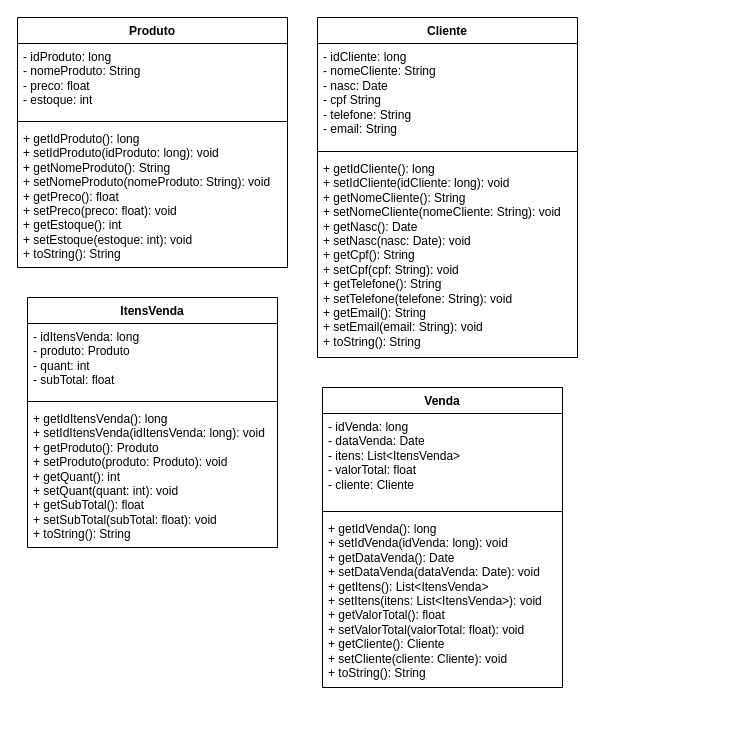
laurasultan/software keeps this draw.io diagram as Atividade.drawio. Above is the earlier version. Source tidied: cells renumbered, new cells numbered last; positions are measured from the earlier drawing's top-left corner, leaving out a move shared by most shapes. Both pictures are drawn from the tidied source at 100%, with x=0, y=0 at pixel (17, 17).
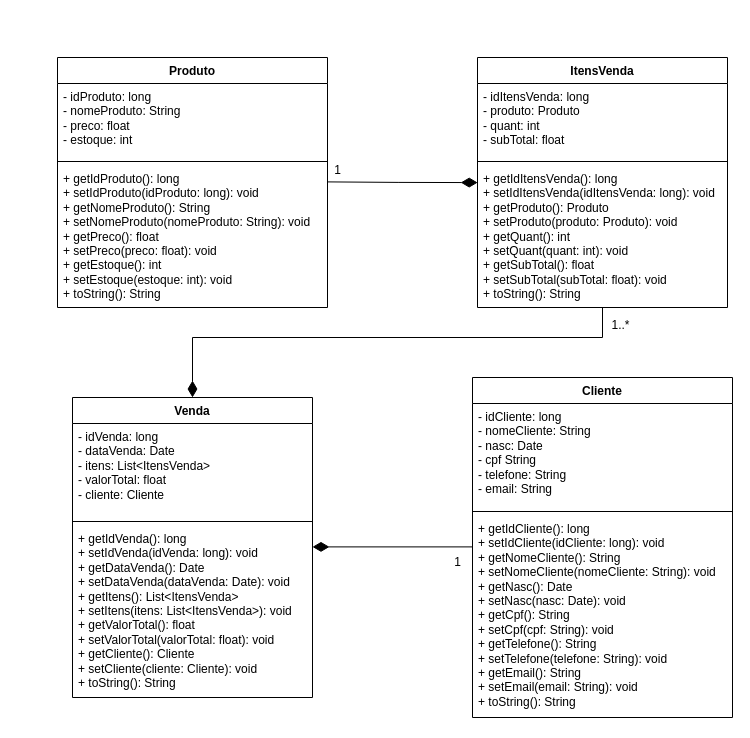
Above is the later version.

What changed in the source:
```diff
@@
     <mxCell id="2" value="Produto" style="swimlane;fontStyle=1;align=center;verticalAlign=top;horizontal=1;startSize=26;whiteSpace=wrap;html=1;" parent="1" vertex="1">
-      <mxGeometry width="270" height="250" as="geometry" />
+      <mxGeometry x="40" y="40" width="270" height="250" as="geometry" />
     </mxCell>
@@
     <mxCell id="6" value="Cliente" style="swimlane;fontStyle=1;align=center;verticalAlign=top;horizontal=1;startSize=26;whiteSpace=wrap;html=1;" parent="1" vertex="1">
-      <mxGeometry x="300" width="260" height="340" as="geometry" />
+      <mxGeometry x="455" y="360" width="260" height="340" as="geometry" />
     </mxCell>
@@
+    <mxCell id="18" style="edgeStyle=orthogonalEdgeStyle;rounded=0;jettySize=auto;html=1;exitX=0.5;exitY=1;exitDx=0;exitDy=0;entryX=0.5;entryY=0;entryDx=0;entryDy=0;endArrow=diamondThin;endFill=1;endSize=14;" parent="1" edge="1" source="10" target="14">
+      <mxGeometry relative="1" as="geometry">
+        <Array as="points">
+          <mxPoint x="585" y="320" />
+          <mxPoint x="175" y="320" />
+        </Array>
+      </mxGeometry>
+    </mxCell>
     <mxCell id="10" value="ItensVenda" style="swimlane;fontStyle=1;align=center;verticalAlign=top;horizontal=1;startSize=26;whiteSpace=wrap;html=1;" parent="1" vertex="1">
-      <mxGeometry x="10" y="280" width="250" height="250" as="geometry" />
+      <mxGeometry x="460" y="40" width="250" height="250" as="geometry" />
     </mxCell>
@@
     <mxCell id="14" value="Venda" style="swimlane;fontStyle=1;align=center;verticalAlign=top;horizontal=1;startSize=26;whiteSpace=wrap;html=1;" parent="1" vertex="1">
-      <mxGeometry x="305" y="370" width="240" height="300" as="geometry" />
+      <mxGeometry x="55" y="380" width="240" height="300" as="geometry" />
     </mxCell>
@@
+    <mxCell id="19" style="edgeStyle=orthogonalEdgeStyle;rounded=0;orthogonalLoop=1;jettySize=auto;html=1;entryX=0.001;entryY=-0.023;entryDx=0;entryDy=0;entryPerimeter=0;endArrow=diamondThin;endFill=1;endSize=14;" parent="1" edge="1">
+      <mxGeometry relative="1" as="geometry">
+        <mxPoint x="310" y="164.4" as="sourcePoint" />
+        <mxPoint x="460.2" y="165.1" as="targetPoint" />
+      </mxGeometry>
+    </mxCell>
+    <mxCell id="20" style="edgeStyle=orthogonalEdgeStyle;rounded=0;orthogonalLoop=1;jettySize=auto;html=1;exitX=0;exitY=0.5;exitDx=0;exitDy=0;entryX=1.002;entryY=0.529;entryDx=0;entryDy=0;entryPerimeter=0;endArrow=diamondThin;endFill=1;endSize=14;" parent="1" edge="1">
+      <mxGeometry relative="1" as="geometry">
+        <mxPoint x="454.5" y="529.4" as="sourcePoint" />
+        <mxPoint x="295" y="529.4" as="targetPoint" />
+      </mxGeometry>
+    </mxCell>
+    <mxCell id="21" value="1" style="text;html=1;align=center;verticalAlign=middle;strokeColor=none;fillColor=none;" parent="1" vertex="1">
+      <mxGeometry x="305" y="138" width="30" height="30" as="geometry" />
+    </mxCell>
+    <mxCell id="22" value="1..*" style="text;html=1;align=center;verticalAlign=middle;strokeColor=none;fillColor=none;" parent="1" vertex="1">
+      <mxGeometry x="583" y="293" width="40" height="30" as="geometry" />
+    </mxCell>
+    <mxCell id="23" value="1" style="text;html=1;align=center;verticalAlign=middle;strokeColor=none;fillColor=none;" parent="1" vertex="1">
+      <mxGeometry x="425" y="530" width="30" height="30" as="geometry" />
+    </mxCell>
```
